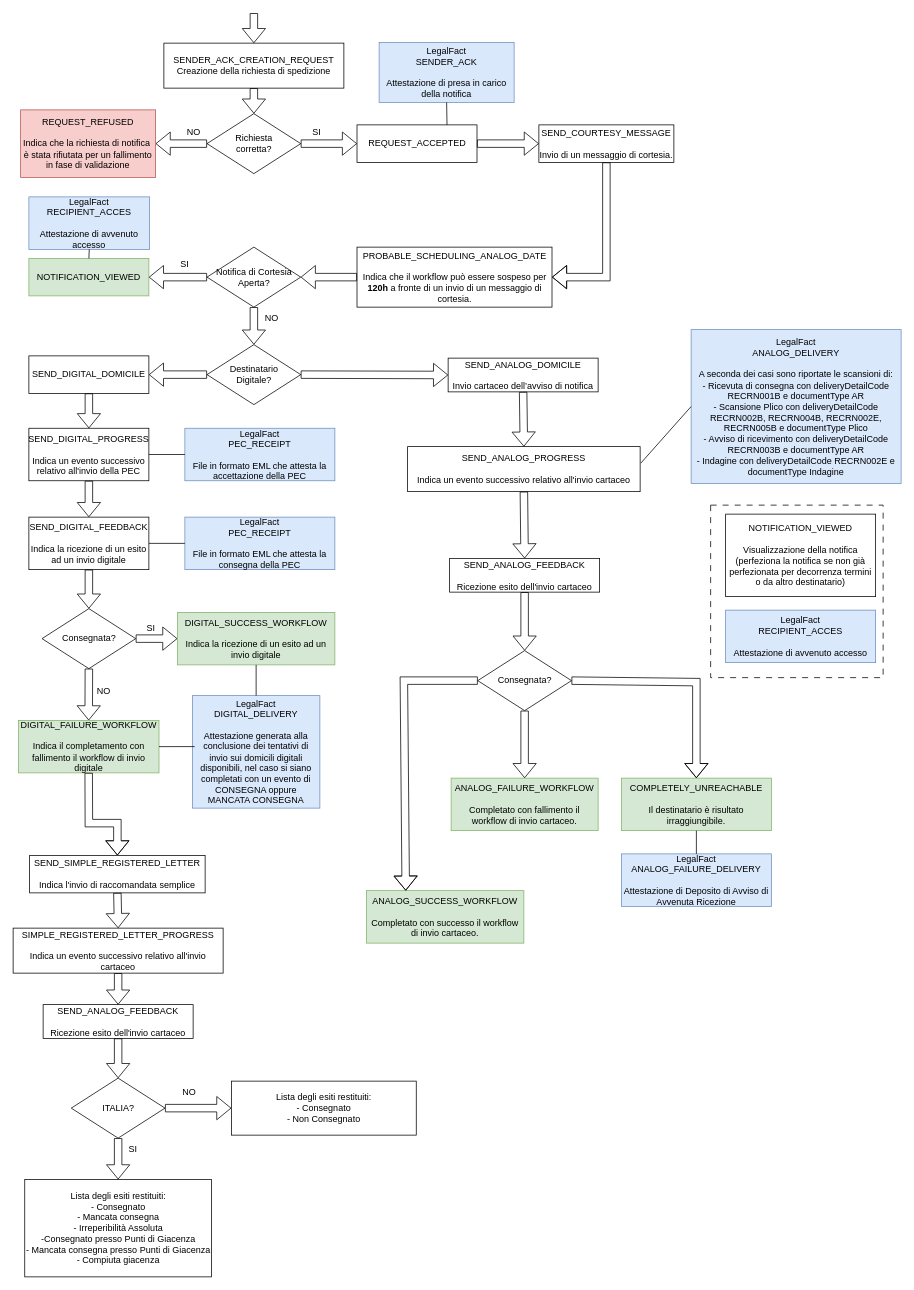
marcogarbujoabaco/drawio keeps this draw.io diagram as page "Spedizione" (5 of 5) of Easy Notification.drawio. Above is the earlier version. Source tidied: cells renumbered, new cells numbered last; positions are measured from the earlier drawing's top-left corner, leaving out a move shared by most shapes. Both pictures are drawn from the tidied source at 75%, with x=0, y=0 at pixel (13, 13).
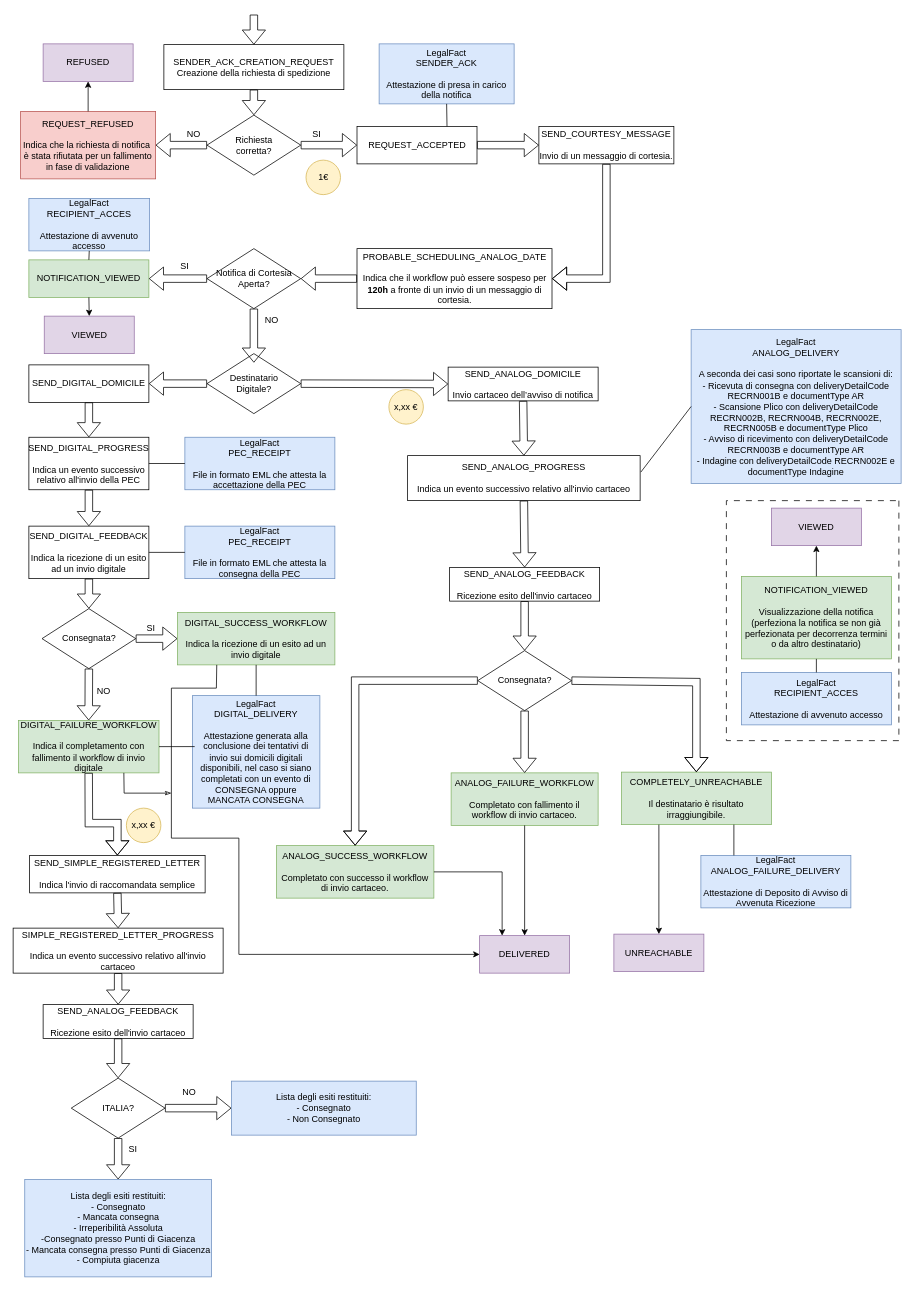
The same page after the edit.

The change refers to these unchanged cells:
```xml
<mxCell id="12" value="DIGITAL_SUCCESS_WORKFLOW&lt;div&gt;&lt;br&gt;&lt;/div&gt;&lt;div&gt;Indica la ricezione di un esito ad un invio digitale&lt;/div&gt;" style="rounded=0;whiteSpace=wrap;html=1;fillColor=#d5e8d4;strokeColor=#82b366;" parent="1" vertex="1">
  <mxGeometry x="219" y="799" width="210" height="70" as="geometry" />
</mxCell>
<mxCell id="13" value="DIGITAL_FAILURE_WORKFLOW&lt;div&gt;&lt;br&gt;&lt;/div&gt;&lt;div&gt;Indica il completamento con fallimento il workflow di invio digitale&lt;/div&gt;" style="rounded=0;whiteSpace=wrap;html=1;fillColor=#d5e8d4;strokeColor=#82b366;" parent="1" vertex="1">
  <mxGeometry x="7" y="943" width="187.5" height="70" as="geometry" />
</mxCell>
<mxCell id="16" value="Consegnata?" style="rhombus;whiteSpace=wrap;html=1;" parent="1" vertex="1">
  <mxGeometry x="619.5" y="850" width="125" height="80" as="geometry" />
</mxCell>
```

The edit, as a diff of the source:
```diff
@@
+    <mxCell id="72" style="rounded=0;whiteSpace=wrap;html=1;fillColor=none;dashed=1;dashPattern=8 8;direction=south;" parent="1" vertex="1">
+      <mxGeometry x="951" y="650" width="230" height="320" as="geometry" />
+    </mxCell>
     <mxCell id="2" value="SENDER_ACK_CREATION_REQUEST&lt;div&gt;Creazione della richiesta di spedizione&lt;/div&gt;" style="rounded=0;whiteSpace=wrap;html=1;" parent="1" vertex="1">
-      <mxGeometry x="201" y="40" width="240" height="60" as="geometry" />
+      <mxGeometry x="201" y="42" width="240" height="60" as="geometry" />
     </mxCell>
     <mxCell id="3" value="Richiesta&lt;div&gt;corretta?&lt;/div&gt;" style="rhombus;whiteSpace=wrap;html=1;" parent="1" vertex="1">
-      <mxGeometry x="258.5" y="134" width="125" height="80" as="geometry" />
+      <mxGeometry x="258.5" y="136" width="125" height="80" as="geometry" />
     </mxCell>
     <mxCell id="4" value="REQUEST_REFUSED&lt;div&gt;&lt;br&gt;&lt;div&gt;Indica che la richiesta di notifica&amp;nbsp;&lt;/div&gt;&lt;div&gt;è stata rifiutata per un fallimento in fase di validazione&lt;/div&gt;&lt;/div&gt;" style="rounded=0;whiteSpace=wrap;html=1;fillColor=#f8cecc;strokeColor=#b85450;" parent="1" vertex="1">
-      <mxGeometry x="10" y="129" width="180" height="90" as="geometry" />
+      <mxGeometry x="10" y="131" width="180" height="90" as="geometry" />
     </mxCell>
     <mxCell id="5" value="REQUEST_ACCEPTED" style="rounded=0;whiteSpace=wrap;html=1;" parent="1" vertex="1">
-      <mxGeometry x="458.5" y="149" width="160" height="50" as="geometry" />
+      <mxGeometry x="458.5" y="151" width="160" height="50" as="geometry" />
     </mxCell>
     <mxCell id="6" value="LegalFact&lt;div&gt;SENDER_ACK&lt;br&gt;&lt;div&gt;&lt;br&gt;&lt;div&gt;Attestazione di presa in carico della notifica&lt;/div&gt;&lt;/div&gt;&lt;/div&gt;" style="rounded=0;whiteSpace=wrap;html=1;fillColor=#dae8fc;strokeColor=#6c8ebf;" parent="1" vertex="1">
-      <mxGeometry x="488" y="39" width="180" height="80" as="geometry" />
+      <mxGeometry x="488" y="41" width="180" height="80" as="geometry" />
     </mxCell>
     <mxCell id="7" value="Destinatario&lt;div&gt;Digitale?&lt;/div&gt;" style="rhombus;whiteSpace=wrap;html=1;" parent="1" vertex="1">
-      <mxGeometry x="258.5" y="442" width="125" height="80" as="geometry" />
+      <mxGeometry x="258.5" y="454" width="125" height="80" as="geometry" />
     </mxCell>
     <mxCell id="8" value="SEND_DIGITAL_DOMICILE" style="rounded=0;whiteSpace=wrap;html=1;" parent="1" vertex="1">
-      <mxGeometry x="21" y="457" width="160" height="50" as="geometry" />
+      <mxGeometry x="21" y="469" width="160" height="50" as="geometry" />
     </mxCell>
     <mxCell id="9" value="SEND_DIGITAL_FEEDBACK&lt;div&gt;&lt;br&gt;&lt;/div&gt;&lt;div&gt;Indica la ricezione di un esito ad un invio digitale&lt;/div&gt;" style="rounded=0;whiteSpace=wrap;html=1;" parent="1" vertex="1">
-      <mxGeometry x="21" y="672" width="160" height="70" as="geometry" />
+      <mxGeometry x="21" y="684" width="160" height="70" as="geometry" />
     </mxCell>
     <mxCell id="10" value="LegalFact&lt;div&gt;&lt;div&gt;PEC_RECEIPT&lt;/div&gt;&lt;div&gt;&lt;br&gt;&lt;/div&gt;&lt;div&gt;File in formato EML che attesta la consegna della PEC&lt;/div&gt;&lt;/div&gt;" style="rounded=0;whiteSpace=wrap;html=1;fillColor=#dae8fc;strokeColor=#6c8ebf;" parent="1" vertex="1">
-      <mxGeometry x="229" y="672" width="200" height="70" as="geometry" />
+      <mxGeometry x="229" y="684" width="200" height="70" as="geometry" />
     </mxCell>
@@
     <mxCell id="14" value="SEND_ANALOG_DOMICILE&lt;div&gt;&lt;br&gt;&lt;/div&gt;&lt;div&gt;Invio cartaceo dell’avviso di notifica&lt;/div&gt;" style="rounded=0;whiteSpace=wrap;html=1;" parent="1" vertex="1">
-      <mxGeometry x="580" y="460" width="200" height="45" as="geometry" />
+      <mxGeometry x="580" y="472" width="200" height="45" as="geometry" />
     </mxCell>
     <mxCell id="15" value="SEND_ANALOG_FEEDBACK&lt;div&gt;&lt;br&gt;&lt;/div&gt;&lt;div&gt;Ricezione esito dell'invio cartaceo&lt;/div&gt;" style="rounded=0;whiteSpace=wrap;html=1;" parent="1" vertex="1">
-      <mxGeometry x="582" y="727" width="200" height="45" as="geometry" />
+      <mxGeometry x="582" y="739" width="200" height="45" as="geometry" />
     </mxCell>
@@
     <mxCell id="17" value="ANALOG_SUCCESS_WORKFLOW&lt;div&gt;&lt;br&gt;&lt;/div&gt;&lt;div&gt;Completato con successo il workflow di invio cartaceo.&lt;/div&gt;" style="rounded=0;whiteSpace=wrap;html=1;fillColor=#d5e8d4;strokeColor=#82b366;" parent="1" vertex="1">
-      <mxGeometry x="471" y="1170" width="210" height="70" as="geometry" />
+      <mxGeometry x="351" y="1110" width="210" height="70" as="geometry" />
     </mxCell>
     <mxCell id="18" value="ANALOG_FAILURE_WORKFLOW&lt;div&gt;&lt;br&gt;&lt;/div&gt;&lt;div&gt;Completato con fallimento il workflow di invio cartaceo.&lt;/div&gt;" style="rounded=0;whiteSpace=wrap;html=1;fillColor=#d5e8d4;strokeColor=#82b366;" parent="1" vertex="1">
-      <mxGeometry x="584" y="1020" width="196" height="70" as="geometry" />
+      <mxGeometry x="584" y="1013" width="196" height="70" as="geometry" />
     </mxCell>
     <mxCell id="19" value="COMPLETELY_UNREACHABLE&lt;div&gt;&lt;br&gt;&lt;/div&gt;&lt;div&gt;Il destinatario è risultato irraggiungibile.&lt;/div&gt;" style="rounded=0;whiteSpace=wrap;html=1;fillColor=#d5e8d4;strokeColor=#82b366;" parent="1" vertex="1">
-      <mxGeometry x="811" y="1020" width="200" height="70" as="geometry" />
+      <mxGeometry x="811" y="1012" width="200" height="70" as="geometry" />
     </mxCell>
     <mxCell id="20" value="LegalFact&lt;div&gt;ANALOG_FAILURE_DELIVERY&lt;/div&gt;&lt;div&gt;&lt;br&gt;&lt;/div&gt;&lt;div&gt;Attestazione di Deposito di Avviso di Avvenuta Ricezione&lt;/div&gt;" style="rounded=0;whiteSpace=wrap;html=1;fillColor=#dae8fc;strokeColor=#6c8ebf;" parent="1" vertex="1">
-      <mxGeometry x="811" y="1121" width="200" height="70" as="geometry" />
+      <mxGeometry x="917" y="1123" width="200" height="70" as="geometry" />
     </mxCell>
-    <mxCell id="21" value="NOTIFICATION_VIEWED&lt;div&gt;&lt;br&gt;&lt;/div&gt;&lt;div&gt;Visualizzazione della notifica (perfeziona la notifica se non già perfezionata per decorrenza termini o da altro destinatario)&lt;/div&gt;" style="rounded=0;whiteSpace=wrap;html=1;" parent="1" vertex="1">
-      <mxGeometry x="950" y="668" width="200" height="110" as="geometry" />
+    <mxCell id="21" value="NOTIFICATION_VIEWED&lt;div&gt;&lt;br&gt;&lt;/div&gt;&lt;div&gt;Visualizzazione della notifica (perfeziona la notifica se non già perfezionata per decorrenza termini o da altro destinatario)&lt;/div&gt;" style="rounded=0;whiteSpace=wrap;html=1;fillColor=#d5e8d4;strokeColor=#82b366;" parent="1" vertex="1">
+      <mxGeometry x="971" y="751" width="200" height="110" as="geometry" />
     </mxCell>
     <mxCell id="22" value="LegalFact&lt;div&gt;&lt;div&gt;RECIPIENT_ACCES&lt;/div&gt;&lt;div&gt;&lt;br&gt;&lt;/div&gt;&lt;div&gt;Attestazione di avvenuto accesso&lt;/div&gt;&lt;/div&gt;" style="rounded=0;whiteSpace=wrap;html=1;fillColor=#dae8fc;strokeColor=#6c8ebf;" parent="1" vertex="1">
-      <mxGeometry x="950" y="796" width="200" height="70" as="geometry" />
+      <mxGeometry x="971" y="879" width="200" height="70" as="geometry" />
     </mxCell>
     <mxCell id="23" value="SEND_DIGITAL_PROGRESS&lt;div&gt;&lt;br&gt;&lt;/div&gt;&lt;div&gt;Indica un evento successivo relativo all'invio della PEC&lt;/div&gt;" style="rounded=0;whiteSpace=wrap;html=1;" parent="1" vertex="1">
-      <mxGeometry x="21" y="553.5" width="160" height="70" as="geometry" />
+      <mxGeometry x="21" y="565.5" width="160" height="70" as="geometry" />
     </mxCell>
     <mxCell id="24" value="LegalFact&lt;div&gt;&lt;div&gt;PEC_RECEIPT&lt;/div&gt;&lt;div&gt;&lt;br&gt;&lt;/div&gt;&lt;div&gt;File in formato EML che attesta la accettazione della PEC&lt;/div&gt;&lt;/div&gt;" style="rounded=0;whiteSpace=wrap;html=1;fillColor=#dae8fc;strokeColor=#6c8ebf;" parent="1" vertex="1">
-      <mxGeometry x="229" y="553.5" width="200" height="70" as="geometry" />
+      <mxGeometry x="229" y="565.5" width="200" height="70" as="geometry" />
     </mxCell>
     <mxCell id="25" value="SEND_ANALOG_PROGRESS&lt;div&gt;&lt;div&gt;&lt;br&gt;&lt;/div&gt;&lt;div&gt;Indica un evento successivo relativo all'invio cartaceo&lt;/div&gt;&lt;/div&gt;" style="rounded=0;whiteSpace=wrap;html=1;" parent="1" vertex="1">
-      <mxGeometry x="526" y="578" width="310" height="60" as="geometry" />
+      <mxGeometry x="526" y="590" width="310" height="60" as="geometry" />
     </mxCell>
@@
     <mxCell id="29" value="SEND_COURTESY_MESSAGE&lt;div&gt;&lt;br&gt;&lt;/div&gt;&lt;div&gt;Invio di un messaggio di cortesia.&lt;/div&gt;" style="rounded=0;whiteSpace=wrap;html=1;" parent="1" vertex="1">
-      <mxGeometry x="701" y="149" width="180" height="50" as="geometry" />
+      <mxGeometry x="701" y="151" width="180" height="50" as="geometry" />
     </mxCell>
     <mxCell id="30" value="PROBABLE_SCHEDULING_ANALOG_DATE&lt;div&gt;&lt;br&gt;&lt;/div&gt;&lt;div&gt;Indica che il workflow può essere sospeso per &lt;b&gt;120h &lt;/b&gt;a fronte di un invio di un messaggio di cortesia.&lt;/div&gt;" style="rounded=0;whiteSpace=wrap;html=1;" parent="1" vertex="1">
-      <mxGeometry x="458.5" y="312" width="260" height="80" as="geometry" />
+      <mxGeometry x="458.5" y="314" width="260" height="80" as="geometry" />
     </mxCell>
     <mxCell id="31" style="shape=flexArrow;endArrow=classic;html=1;rounded=0;entryX=0.5;entryY=0;entryDx=0;entryDy=0;" parent="1" edge="1" target="2">
       <mxGeometry relative="1" as="geometry">
-        <mxPoint x="321" as="sourcePoint" />
+        <mxPoint x="321" y="2" as="sourcePoint" />
       </mxGeometry>
     </mxCell>
@@
     <mxCell id="34" value="NO" style="text;html=1;align=center;verticalAlign=middle;whiteSpace=wrap;rounded=0;" parent="1" vertex="1">
-      <mxGeometry x="211" y="144" width="60" height="30" as="geometry" />
+      <mxGeometry x="211" y="146" width="60" height="30" as="geometry" />
     </mxCell>
@@
     <mxCell id="36" value="SI" style="text;html=1;align=center;verticalAlign=middle;whiteSpace=wrap;rounded=0;" parent="1" vertex="1">
-      <mxGeometry x="375" y="144" width="60" height="30" as="geometry" />
+      <mxGeometry x="375" y="146" width="60" height="30" as="geometry" />
     </mxCell>
@@
     <mxCell id="39" style="shape=flexArrow;endArrow=classic;html=1;rounded=0;entryX=1;entryY=0.5;entryDx=0;entryDy=0;exitX=0.5;exitY=1;exitDx=0;exitDy=0;" parent="1" edge="1" source="29" target="30">
       <mxGeometry relative="1" as="geometry">
         <Array as="points">
-          <mxPoint x="791" y="352" />
+          <mxPoint x="791" y="354" />
         </Array>
       </mxGeometry>
     </mxCell>
     <mxCell id="40" value="LegalFact&lt;div&gt;&lt;div&gt;RECIPIENT_ACCES&lt;/div&gt;&lt;div&gt;&lt;br&gt;&lt;/div&gt;&lt;div&gt;Attestazione di avvenuto accesso&lt;/div&gt;&lt;/div&gt;" style="rounded=0;whiteSpace=wrap;html=1;fillColor=#dae8fc;strokeColor=#6c8ebf;" parent="1" vertex="1">
-      <mxGeometry x="21" y="245" width="161" height="70" as="geometry" />
+      <mxGeometry x="21" y="247" width="161" height="70" as="geometry" />
     </mxCell>
     <mxCell id="41" value="Notifica di Cortesia&lt;div&gt;Aperta?&lt;/div&gt;" style="rhombus;whiteSpace=wrap;html=1;" parent="1" vertex="1">
-      <mxGeometry x="258.5" y="312" width="125" height="80" as="geometry" />
+      <mxGeometry x="258.5" y="314" width="125" height="80" as="geometry" />
     </mxCell>
     <mxCell id="42" value="NOTIFICATION_VIEWED" style="rounded=0;whiteSpace=wrap;html=1;fillColor=#d5e8d4;strokeColor=#82b366;" parent="1" vertex="1">
-      <mxGeometry x="21" y="327" width="160" height="50" as="geometry" />
+      <mxGeometry x="21" y="329" width="160" height="50" as="geometry" />
     </mxCell>
@@
     <mxCell id="46" value="SI" style="text;html=1;align=center;verticalAlign=middle;whiteSpace=wrap;rounded=0;" parent="1" vertex="1">
-      <mxGeometry x="198.5" y="320" width="60" height="30" as="geometry" />
+      <mxGeometry x="198.5" y="322" width="60" height="30" as="geometry" />
     </mxCell>
-    <mxCell id="47" style="shape=flexArrow;endArrow=classic;html=1;rounded=0;entryX=0.5;entryY=0;entryDx=0;entryDy=0;exitX=0.5;exitY=1;exitDx=0;exitDy=0;" parent="1" edge="1" source="41" target="7">
-      <mxGeometry relative="1" as="geometry" />
+    <mxCell id="47" style="shape=flexArrow;endArrow=classic;html=1;rounded=0;entryX=0.5;entryY=0;entryDx=0;entryDy=0;exitX=0.5;exitY=1;exitDx=0;exitDy=0;" parent="1" edge="1" source="41">
+      <mxGeometry relative="1" as="geometry">
+        <mxPoint x="321" y="466" as="targetPoint" />
+      </mxGeometry>
     </mxCell>
     <mxCell id="48" value="NO" style="text;html=1;align=center;verticalAlign=middle;whiteSpace=wrap;rounded=0;" parent="1" vertex="1">
-      <mxGeometry x="315" y="392" width="60" height="30" as="geometry" />
+      <mxGeometry x="315" y="394" width="60" height="30" as="geometry" />
     </mxCell>
@@
-    <mxCell id="69" style="shape=flexArrow;endArrow=classic;html=1;rounded=0;entryX=0.25;entryY=0;entryDx=0;entryDy=0;exitX=0;exitY=0.5;exitDx=0;exitDy=0;" parent="1" edge="1" source="16" target="17">
+    <mxCell id="69" style="shape=flexArrow;endArrow=classic;html=1;rounded=0;entryX=0.5;entryY=0;entryDx=0;entryDy=0;exitX=0;exitY=0.5;exitDx=0;exitDy=0;" parent="1" edge="1" source="16" target="17">
       <mxGeometry relative="1" as="geometry">
         <Array as="points">
-          <mxPoint x="521" y="890" />
+          <mxPoint x="456" y="890" />
         </Array>
       </mxGeometry>
     </mxCell>
-    <mxCell id="70" style="endArrow=none;html=1;rounded=0;exitX=0.5;exitY=1;exitDx=0;exitDy=0;entryX=0.5;entryY=0;entryDx=0;entryDy=0;" parent="1" edge="1" source="19" target="20">
+    <mxCell id="70" style="endArrow=none;html=1;rounded=0;exitX=0.75;exitY=1;exitDx=0;exitDy=0;entryX=0.22;entryY=0;entryDx=0;entryDy=0;entryPerimeter=0;" parent="1" edge="1" source="19" target="20">
       <mxGeometry relative="1" as="geometry" />
     </mxCell>
@@
-    <mxCell id="72" style="rounded=0;whiteSpace=wrap;html=1;fillColor=none;dashed=1;dashPattern=8 8;" parent="1" vertex="1">
-      <mxGeometry x="930" y="656" width="230" height="230" as="geometry" />
-    </mxCell>
@@
-    <mxCell id="76" value="&lt;div&gt;Lista degli esiti restituiti:&lt;/div&gt;&lt;div&gt;-&amp;nbsp;Consegnato&lt;br&gt;&lt;div&gt;- Mancata consegna&lt;/div&gt;&lt;div&gt;- Irreperibilità Assoluta&lt;/div&gt;&lt;div&gt;-Consegnato presso Punti di Giacenza&lt;/div&gt;&lt;div&gt;-&amp;nbsp;Mancata consegna presso Punti di Giacenza&lt;/div&gt;&lt;div&gt;-&amp;nbsp;Compiuta giacenza&lt;/div&gt;&lt;/div&gt;" style="rounded=0;whiteSpace=wrap;html=1;" parent="1" vertex="1">
+    <mxCell id="76" value="&lt;div&gt;Lista degli esiti restituiti:&lt;/div&gt;&lt;div&gt;-&amp;nbsp;Consegnato&lt;br&gt;&lt;div&gt;- Mancata consegna&lt;/div&gt;&lt;div&gt;- Irreperibilità Assoluta&lt;/div&gt;&lt;div&gt;-Consegnato presso Punti di Giacenza&lt;/div&gt;&lt;div&gt;-&amp;nbsp;Mancata consegna presso Punti di Giacenza&lt;/div&gt;&lt;div&gt;-&amp;nbsp;Compiuta giacenza&lt;/div&gt;&lt;/div&gt;" style="rounded=0;whiteSpace=wrap;html=1;fillColor=#dae8fc;strokeColor=#6c8ebf;" parent="1" vertex="1">
       <mxGeometry x="15.5" y="1555" width="249" height="130" as="geometry" />
     </mxCell>
-    <mxCell id="77" value="Lista degli esiti restituiti:&lt;br&gt;&lt;div&gt;-&amp;nbsp;Consegnato&lt;/div&gt;&lt;div&gt;- Non Consegnato&lt;/div&gt;" style="rounded=0;whiteSpace=wrap;html=1;" parent="1" vertex="1">
+    <mxCell id="77" value="Lista degli esiti restituiti:&lt;br&gt;&lt;div&gt;-&amp;nbsp;Consegnato&lt;/div&gt;&lt;div&gt;- Non Consegnato&lt;/div&gt;" style="rounded=0;whiteSpace=wrap;html=1;fillColor=#dae8fc;strokeColor=#6c8ebf;" parent="1" vertex="1">
       <mxGeometry x="291" y="1424" width="246.5" height="72" as="geometry" />
     </mxCell>
@@
+    <mxCell id="84" value="1€" style="ellipse;whiteSpace=wrap;html=1;fillColor=#fff2cc;strokeColor=#d6b656;" parent="1" vertex="1">
+      <mxGeometry x="390.5" y="196" width="46" height="46" as="geometry" />
+    </mxCell>
+    <mxCell id="85" value="x,xx €" style="ellipse;whiteSpace=wrap;html=1;fillColor=#fff2cc;strokeColor=#d6b656;" parent="1" vertex="1">
+      <mxGeometry x="151" y="1060" width="46" height="46" as="geometry" />
+    </mxCell>
+    <mxCell id="86" value="x,xx €" style="ellipse;whiteSpace=wrap;html=1;fillColor=#fff2cc;strokeColor=#d6b656;" parent="1" vertex="1">
+      <mxGeometry x="501" y="502" width="46" height="46" as="geometry" />
+    </mxCell>
+    <mxCell id="87" value="DELIVERED" style="rounded=0;whiteSpace=wrap;html=1;fillColor=#e1d5e7;strokeColor=#9673a6;" parent="1" vertex="1">
+      <mxGeometry x="622" y="1230" width="120" height="50" as="geometry" />
+    </mxCell>
+    <mxCell id="88" style="endArrow=classic;html=1;rounded=0;entryX=0.5;entryY=0;entryDx=0;entryDy=0;exitX=0.5;exitY=1;exitDx=0;exitDy=0;" parent="1" edge="1" source="18" target="87">
+      <mxGeometry relative="1" as="geometry" />
+    </mxCell>
+    <mxCell id="89" style="endArrow=classic;html=1;rounded=0;entryX=0.25;entryY=0;entryDx=0;entryDy=0;exitX=1;exitY=0.5;exitDx=0;exitDy=0;" parent="1" edge="1" source="17" target="87">
+      <mxGeometry relative="1" as="geometry">
+        <Array as="points">
+          <mxPoint x="652" y="1145" />
+        </Array>
+      </mxGeometry>
+    </mxCell>
+    <mxCell id="90" style="endArrow=classic;html=1;rounded=0;entryX=0;entryY=0.5;entryDx=0;entryDy=0;exitX=0.25;exitY=1;exitDx=0;exitDy=0;" parent="1" edge="1" source="12" target="87">
+      <mxGeometry relative="1" as="geometry">
+        <Array as="points">
+          <mxPoint x="271" y="900" />
+          <mxPoint x="211" y="900" />
+          <mxPoint x="211" y="1100" />
+          <mxPoint x="301" y="1100" />
+          <mxPoint x="301" y="1255" />
+        </Array>
+      </mxGeometry>
+    </mxCell>
+    <mxCell id="91" style="endArrow=classicThin;html=1;rounded=0;exitX=0.75;exitY=1;exitDx=0;exitDy=0;endFill=0;" parent="1" edge="1" source="13">
+      <mxGeometry relative="1" as="geometry">
+        <mxPoint x="211" y="1040" as="targetPoint" />
+        <Array as="points">
+          <mxPoint x="148" y="1040" />
+        </Array>
+      </mxGeometry>
+    </mxCell>
+    <mxCell id="92" value="UNREACHABLE" style="rounded=0;whiteSpace=wrap;html=1;fillColor=#e1d5e7;strokeColor=#9673a6;" parent="1" vertex="1">
+      <mxGeometry x="801" y="1228" width="120" height="50" as="geometry" />
+    </mxCell>
+    <mxCell id="93" style="endArrow=classic;html=1;rounded=0;entryX=0.5;entryY=0;entryDx=0;entryDy=0;exitX=0.25;exitY=1;exitDx=0;exitDy=0;" parent="1" edge="1" source="19" target="92">
+      <mxGeometry relative="1" as="geometry" />
+    </mxCell>
+    <mxCell id="94" value="VIEWED" style="rounded=0;whiteSpace=wrap;html=1;fillColor=#e1d5e7;strokeColor=#9673a6;" parent="1" vertex="1">
+      <mxGeometry x="1011" y="660" width="120" height="50" as="geometry" />
+    </mxCell>
+    <mxCell id="95" style="endArrow=classic;html=1;rounded=0;entryX=0.5;entryY=1;entryDx=0;entryDy=0;exitX=0.5;exitY=0;exitDx=0;exitDy=0;" parent="1" edge="1" source="21" target="94">
+      <mxGeometry relative="1" as="geometry" />
+    </mxCell>
+    <mxCell id="96" style="endArrow=none;html=1;rounded=0;entryX=0.5;entryY=1;entryDx=0;entryDy=0;exitX=0.5;exitY=0;exitDx=0;exitDy=0;" parent="1" edge="1" source="22" target="21">
+      <mxGeometry relative="1" as="geometry" />
+    </mxCell>
+    <mxCell id="97" value="VIEWED" style="rounded=0;whiteSpace=wrap;html=1;fillColor=#e1d5e7;strokeColor=#9673a6;" parent="1" vertex="1">
+      <mxGeometry x="41.5" y="404" width="120" height="50" as="geometry" />
+    </mxCell>
+    <mxCell id="98" style="endArrow=classic;html=1;rounded=0;entryX=0.5;entryY=0;entryDx=0;entryDy=0;exitX=0.5;exitY=1;exitDx=0;exitDy=0;" parent="1" edge="1" source="42" target="97">
+      <mxGeometry relative="1" as="geometry" />
+    </mxCell>
+    <mxCell id="99" value="REFUSED" style="rounded=0;whiteSpace=wrap;html=1;fillColor=#e1d5e7;strokeColor=#9673a6;" parent="1" vertex="1">
+      <mxGeometry x="40" y="41" width="120" height="50" as="geometry" />
+    </mxCell>
+    <mxCell id="100" style="endArrow=classic;html=1;rounded=0;entryX=0.5;entryY=1;entryDx=0;entryDy=0;exitX=0.5;exitY=0;exitDx=0;exitDy=0;" parent="1" edge="1" source="4" target="99">
+      <mxGeometry relative="1" as="geometry" />
+    </mxCell>
```
